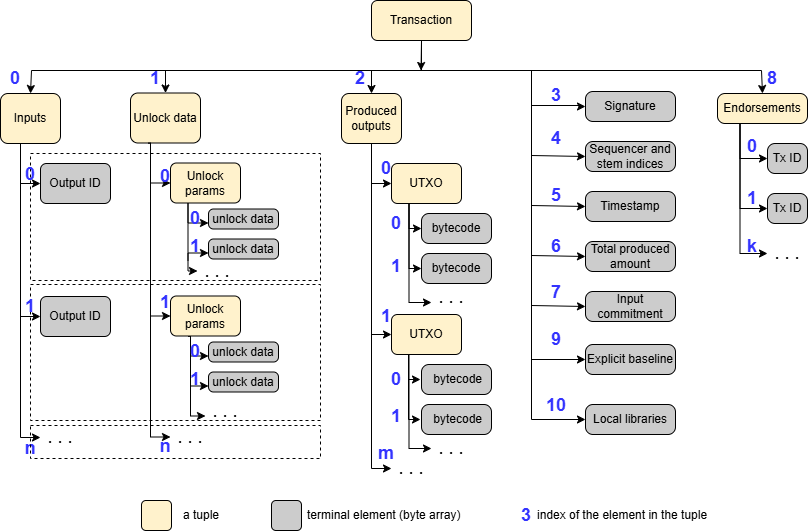
Above: static/img/utxo-tx.png in lunfardo314/lunfardo314.github.io (draw.io), before the change. Source tidied: cells renumbered, new cells last; positions are measured from the earlier drawing's top-left corner, leaving out a move shared by most shapes.
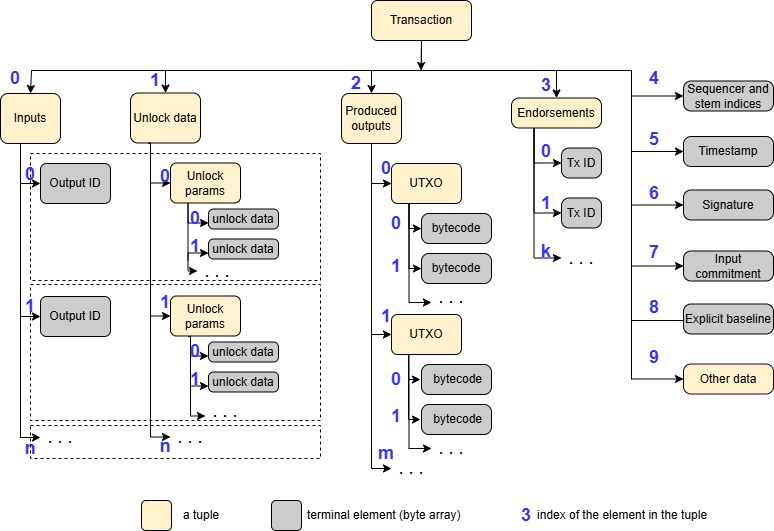
The same file after the commit.

Commit message:
adjusted tx structure

The edit, as a diff of the source:
```diff
@@ -12,7 +12,8 @@
       <mxGeometry relative="1" as="geometry">
         <mxPoint x="531" y="70" as="sourcePoint" />
         <Array as="points">
-          <mxPoint x="531" y="419" />
+          <mxPoint x="631" y="70" />
+          <mxPoint x="631" y="378" />
         </Array>
       </mxGeometry>
     </mxCell>
@@ -20,23 +21,17 @@
       <mxGeometry relative="1" as="geometry">
         <mxPoint x="531" y="70" as="sourcePoint" />
         <Array as="points">
-          <mxPoint x="531" y="305" />
+          <mxPoint x="631" y="70" />
+          <mxPoint x="631" y="266" />
         </Array>
       </mxGeometry>
     </mxCell>
-    <mxCell id="6" style="edgeStyle=orthogonalEdgeStyle;rounded=0;jettySize=auto;html=1;entryX=0;entryY=0.5;entryDx=0;entryDy=0;" parent="1" edge="1" target="65">
-      <mxGeometry relative="1" as="geometry">
-        <mxPoint x="531" y="70" as="sourcePoint" />
-        <Array as="points">
-          <mxPoint x="531" y="255" />
-        </Array>
-      </mxGeometry>
-    </mxCell>
     <mxCell id="7" style="edgeStyle=orthogonalEdgeStyle;rounded=0;jettySize=auto;html=1;entryX=0;entryY=0.5;entryDx=0;entryDy=0;" parent="1" edge="1" target="64">
       <mxGeometry relative="1" as="geometry">
         <mxPoint x="531" y="70" as="sourcePoint" />
         <Array as="points">
-          <mxPoint x="531" y="205" />
+          <mxPoint x="631" y="70" />
+          <mxPoint x="631" y="151" />
         </Array>
       </mxGeometry>
     </mxCell>
@@ -44,16 +39,16 @@
       <mxGeometry relative="1" as="geometry">
         <mxPoint x="531" y="70" as="sourcePoint" />
         <Array as="points">
-          <mxPoint x="531" y="155" />
+          <mxPoint x="631" y="70" />
+          <mxPoint x="631" y="96" />
         </Array>
       </mxGeometry>
     </mxCell>
-    <mxCell id="9" style="edgeStyle=orthogonalEdgeStyle;rounded=0;jettySize=auto;html=1;entryX=0;entryY=0.5;entryDx=0;entryDy=0;" parent="1" edge="1" target="62">
+    <mxCell id="9" style="edgeStyle=orthogonalEdgeStyle;rounded=0;jettySize=auto;html=1;" parent="1" edge="1" source="64" target="62">
       <mxGeometry relative="1" as="geometry">
-        <mxPoint x="531" y="70" as="sourcePoint" />
         <Array as="points">
-          <mxPoint x="531" y="105" />
-          <mxPoint x="581" y="105" />
+          <mxPoint x="631" y="151.5" />
+          <mxPoint x="631" y="204.5" />
         </Array>
       </mxGeometry>
     </mxCell>
@@ -61,7 +56,7 @@
       <mxGeometry relative="1" as="geometry">
         <mxPoint x="531" y="70" as="sourcePoint" />
         <Array as="points">
-          <mxPoint x="761" y="70" />
+          <mxPoint x="556" y="70" />
         </Array>
       </mxGeometry>
     </mxCell>
@@ -82,8 +77,10 @@
       <mxGeometry relative="1" as="geometry">
         <Array as="points">
           <mxPoint x="421" y="70" />
-          <mxPoint x="531" y="70" />
-          <mxPoint x="531" y="359" />
+          <mxPoint x="631" y="70" />
+          <mxPoint x="631" y="320" />
+          <mxPoint x="703" y="320" />
+          <mxPoint x="703" y="318" />
         </Array>
       </mxGeometry>
     </mxCell>
@@ -339,22 +336,16 @@
       </mxGeometry>
     </mxCell>
     <mxCell id="62" value="Signature" style="rounded=1;whiteSpace=wrap;html=1;arcSize=25;fillColor=#CCCCCC;" parent="1" vertex="1">
-      <mxGeometry x="585" y="91" width="90" height="30" as="geometry" />
+      <mxGeometry x="683" y="189.5" width="90" height="30" as="geometry" />
     </mxCell>
     <mxCell id="63" value="Sequencer and stem indices" style="rounded=1;whiteSpace=wrap;html=1;arcSize=25;fillColor=#CCCCCC;" parent="1" vertex="1">
-      <mxGeometry x="585" y="141" width="90" height="30" as="geometry" />
+      <mxGeometry x="683" y="80.5" width="90" height="30" as="geometry" />
     </mxCell>
-    <mxCell id="64" value="Timestamp" style="rounded=1;whiteSpace=wrap;html=1;arcSize=25;fillColor=#CCCCCC;" parent="1" vertex="1">
-      <mxGeometry x="585" y="191" width="90" height="30" as="geometry" />
-    </mxCell>
-    <mxCell id="65" value="Total produced amount" style="rounded=1;whiteSpace=wrap;html=1;arcSize=25;fillColor=#CCCCCC;" parent="1" vertex="1">
-      <mxGeometry x="585" y="241" width="90" height="30" as="geometry" />
-    </mxCell>
     <mxCell id="66" value="Input commitment" style="rounded=1;whiteSpace=wrap;html=1;arcSize=25;fillColor=#CCCCCC;" parent="1" vertex="1">
-      <mxGeometry x="585" y="291" width="90" height="30" as="geometry" />
+      <mxGeometry x="683" y="250.5" width="90" height="30" as="geometry" />
     </mxCell>
-    <mxCell id="67" value="Local libraries" style="rounded=1;whiteSpace=wrap;html=1;arcSize=25;fillColor=#CCCCCC;" parent="1" vertex="1">
-      <mxGeometry x="585" y="404" width="90" height="30" as="geometry" />
+    <mxCell id="67" value="Other data" style="rounded=1;whiteSpace=wrap;html=1;arcSize=25;fillColor=#fff2cc;strokeColor=#190033;" parent="1" vertex="1">
+      <mxGeometry x="683" y="363.5" width="90" height="30" as="geometry" />
     </mxCell>
     <mxCell id="68" style="edgeStyle=orthogonalEdgeStyle;rounded=0;jettySize=auto;html=1;exitX=0.25;exitY=1;exitDx=0;exitDy=0;entryX=0;entryY=0.5;entryDx=0;entryDy=0;" parent="1" edge="1" source="71" target="72">
       <mxGeometry relative="1" as="geometry" />
@@ -366,16 +357,16 @@
       <mxGeometry relative="1" as="geometry" />
     </mxCell>
     <mxCell id="71" value="Endorsements" style="rounded=1;whiteSpace=wrap;html=1;arcSize=25;fillColor=#FFF2CC;" parent="1" vertex="1">
-      <mxGeometry x="717" y="93" width="90" height="30" as="geometry" />
+      <mxGeometry x="511" y="97.5" width="90" height="30" as="geometry" />
     </mxCell>
     <mxCell id="72" value="Tx ID" style="rounded=1;whiteSpace=wrap;html=1;arcSize=25;fillColor=#CCCCCC;" parent="1" vertex="1">
-      <mxGeometry x="767" y="143" width="40" height="30" as="geometry" />
+      <mxGeometry x="561" y="147.5" width="40" height="30" as="geometry" />
     </mxCell>
     <mxCell id="73" value="Tx ID" style="rounded=1;whiteSpace=wrap;html=1;arcSize=25;fillColor=#CCCCCC;" parent="1" vertex="1">
-      <mxGeometry x="767" y="193" width="40" height="30" as="geometry" />
+      <mxGeometry x="561" y="197.5" width="40" height="30" as="geometry" />
     </mxCell>
     <mxCell id="74" value="&lt;font style=&quot;font-size: 18px;&quot;&gt;. . .&lt;/font&gt;" style="text;html=1;align=center;verticalAlign=middle;whiteSpace=wrap;rounded=0;" parent="1" vertex="1">
-      <mxGeometry x="767" y="243" width="40" height="20" as="geometry" />
+      <mxGeometry x="561" y="247.5" width="40" height="20" as="geometry" />
     </mxCell>
     <mxCell id="75" style="rounded=1;whiteSpace=wrap;html=1;fillColor=#FFF2CC;" parent="1" vertex="1">
       <mxGeometry x="141" y="500" width="30" height="30" as="geometry" />
@@ -393,31 +384,31 @@
       <mxGeometry y="63" width="30" height="30" as="geometry" />
     </mxCell>
     <mxCell id="80" value="&lt;font color=&quot;#3333ff&quot;&gt;&lt;span style=&quot;font-size: 18px;&quot;&gt;&lt;b&gt;1&lt;/b&gt;&lt;/span&gt;&lt;/font&gt;" style="text;html=1;align=center;verticalAlign=middle;whiteSpace=wrap;rounded=0;" parent="1" vertex="1">
-      <mxGeometry x="140" y="63" width="30" height="30" as="geometry" />
+      <mxGeometry x="140" y="65" width="30" height="30" as="geometry" />
     </mxCell>
     <mxCell id="81" value="&lt;font style=&quot;font-size: 18px; color: rgb(51, 51, 255);&quot;&gt;&lt;b&gt;2&lt;/b&gt;&lt;/font&gt;" style="text;html=1;align=center;verticalAlign=middle;whiteSpace=wrap;rounded=0;" parent="1" vertex="1">
-      <mxGeometry x="345" y="63" width="30" height="30" as="geometry" />
+      <mxGeometry x="341" y="67.5" width="30" height="30" as="geometry" />
     </mxCell>
     <mxCell id="82" value="&lt;font style=&quot;font-size: 18px; color: rgb(51, 51, 255);&quot;&gt;&lt;b&gt;8&lt;/b&gt;&lt;/font&gt;" style="text;html=1;align=center;verticalAlign=middle;whiteSpace=wrap;rounded=0;" parent="1" vertex="1">
-      <mxGeometry x="757" y="63" width="30" height="30" as="geometry" />
+      <mxGeometry x="639" y="291.5" width="30" height="30" as="geometry" />
     </mxCell>
     <mxCell id="83" value="&lt;font style=&quot;font-size: 18px; color: rgb(51, 51, 255);&quot;&gt;&lt;b&gt;3&lt;/b&gt;&lt;/font&gt;" style="text;html=1;align=center;verticalAlign=middle;whiteSpace=wrap;rounded=0;" parent="1" vertex="1">
-      <mxGeometry x="541" y="80" width="30" height="30" as="geometry" />
+      <mxGeometry x="531" y="70" width="30" height="30" as="geometry" />
     </mxCell>
     <mxCell id="84" value="&lt;font style=&quot;font-size: 18px; color: rgb(51, 51, 255);&quot;&gt;&lt;b&gt;4&lt;/b&gt;&lt;/font&gt;" style="text;html=1;align=center;verticalAlign=middle;whiteSpace=wrap;rounded=0;" parent="1" vertex="1">
-      <mxGeometry x="541" y="123" width="30" height="30" as="geometry" />
+      <mxGeometry x="639" y="62.5" width="30" height="30" as="geometry" />
     </mxCell>
     <mxCell id="85" value="&lt;font style=&quot;font-size: 18px; color: rgb(51, 51, 255);&quot;&gt;&lt;b&gt;5&lt;/b&gt;&lt;/font&gt;" style="text;html=1;align=center;verticalAlign=middle;whiteSpace=wrap;rounded=0;" parent="1" vertex="1">
-      <mxGeometry x="541" y="180" width="30" height="30" as="geometry" />
+      <mxGeometry x="639" y="123.5" width="30" height="30" as="geometry" />
     </mxCell>
     <mxCell id="86" value="&lt;font style=&quot;font-size: 18px; color: rgb(51, 51, 255);&quot;&gt;&lt;b&gt;6&lt;/b&gt;&lt;/font&gt;" style="text;html=1;align=center;verticalAlign=middle;whiteSpace=wrap;rounded=0;" parent="1" vertex="1">
-      <mxGeometry x="541" y="231" width="30" height="30" as="geometry" />
+      <mxGeometry x="639" y="178" width="30" height="30" as="geometry" />
     </mxCell>
     <mxCell id="87" value="&lt;font style=&quot;font-size: 18px; color: rgb(51, 51, 255);&quot;&gt;&lt;b&gt;7&lt;/b&gt;&lt;/font&gt;" style="text;html=1;align=center;verticalAlign=middle;whiteSpace=wrap;rounded=0;" parent="1" vertex="1">
-      <mxGeometry x="541" y="277" width="30" height="30" as="geometry" />
+      <mxGeometry x="639" y="236.5" width="30" height="30" as="geometry" />
     </mxCell>
     <mxCell id="88" value="&lt;font style=&quot;font-size: 18px; color: rgb(51, 51, 255);&quot;&gt;&lt;b&gt;9&lt;/b&gt;&lt;/font&gt;" style="text;html=1;align=center;verticalAlign=middle;whiteSpace=wrap;rounded=0;" parent="1" vertex="1">
-      <mxGeometry x="541" y="324" width="30" height="30" as="geometry" />
+      <mxGeometry x="639" y="342" width="30" height="30" as="geometry" />
     </mxCell>
     <mxCell id="89" value="&lt;font style=&quot;font-size: 18px; color: rgb(51, 51, 255);&quot;&gt;&lt;b&gt;0&lt;/b&gt;&lt;/font&gt;" style="text;html=1;align=center;verticalAlign=middle;whiteSpace=wrap;rounded=0;" parent="1" vertex="1">
       <mxGeometry x="150" y="160.5" width="30" height="30" as="geometry" />
@@ -471,28 +462,28 @@
       <mxGeometry x="381" y="401" width="30" height="30" as="geometry" />
     </mxCell>
     <mxCell id="106" value="&lt;font style=&quot;font-size: 18px; color: rgb(51, 51, 255);&quot;&gt;&lt;b&gt;0&lt;/b&gt;&lt;/font&gt;" style="text;html=1;align=center;verticalAlign=middle;whiteSpace=wrap;rounded=0;" parent="1" vertex="1">
-      <mxGeometry x="737" y="131" width="30" height="30" as="geometry" />
+      <mxGeometry x="531" y="135.5" width="30" height="30" as="geometry" />
     </mxCell>
     <mxCell id="107" value="&lt;font style=&quot;font-size: 18px; color: rgb(51, 51, 255);&quot;&gt;&lt;b&gt;1&lt;/b&gt;&lt;/font&gt;" style="text;html=1;align=center;verticalAlign=middle;whiteSpace=wrap;rounded=0;" parent="1" vertex="1">
-      <mxGeometry x="737" y="183" width="30" height="30" as="geometry" />
+      <mxGeometry x="531" y="187.5" width="30" height="30" as="geometry" />
     </mxCell>
     <mxCell id="108" value="&lt;font style=&quot;font-size: 18px; color: rgb(51, 51, 255);&quot;&gt;&lt;b&gt;k&lt;/b&gt;&lt;/font&gt;" style="text;html=1;align=center;verticalAlign=middle;whiteSpace=wrap;rounded=0;" parent="1" vertex="1">
-      <mxGeometry x="737" y="231" width="30" height="30" as="geometry" />
+      <mxGeometry x="531" y="235.5" width="30" height="30" as="geometry" />
     </mxCell>
     <mxCell id="109" style="rounded=0;whiteSpace=wrap;html=1;fillColor=none;dashed=1;" parent="1" vertex="1">
       <mxGeometry x="30" y="425" width="290" height="33" as="geometry" />
     </mxCell>
     <mxCell id="110" value="Explicit baseline" style="rounded=1;whiteSpace=wrap;html=1;arcSize=25;fillColor=#CCCCCC;" parent="1" vertex="1">
-      <mxGeometry x="585" y="344" width="90" height="30" as="geometry" />
+      <mxGeometry x="683" y="303.5" width="90" height="30" as="geometry" />
     </mxCell>
-    <mxCell id="111" value="&lt;font style=&quot;font-size: 18px; color: rgb(51, 51, 255);&quot;&gt;&lt;b&gt;10&lt;/b&gt;&lt;/font&gt;" style="text;html=1;align=center;verticalAlign=middle;whiteSpace=wrap;rounded=0;" parent="1" vertex="1">
-      <mxGeometry x="541" y="390" width="30" height="30" as="geometry" />
-    </mxCell>
     <mxCell id="112" value="&lt;font style=&quot;font-size: 18px; color: rgb(51, 51, 255);&quot;&gt;&lt;b&gt;3&lt;/b&gt;&lt;/font&gt;" style="text;html=1;align=center;verticalAlign=middle;whiteSpace=wrap;rounded=0;" parent="1" vertex="1">
       <mxGeometry x="511" y="500" width="30" height="30" as="geometry" />
     </mxCell>
     <mxCell id="113" value="index of the element in the tuple" style="text;html=1;align=left;verticalAlign=middle;whiteSpace=wrap;rounded=0;" parent="1" vertex="1">
       <mxGeometry x="535" y="500" width="190" height="30" as="geometry" />
     </mxCell>
+    <mxCell id="64" value="Timestamp" style="rounded=1;whiteSpace=wrap;html=1;arcSize=25;fillColor=#CCCCCC;" parent="1" vertex="1">
+      <mxGeometry x="683" y="136" width="90" height="30" as="geometry" />
+    </mxCell>
   </root>
 </mxGraphModel>
```
